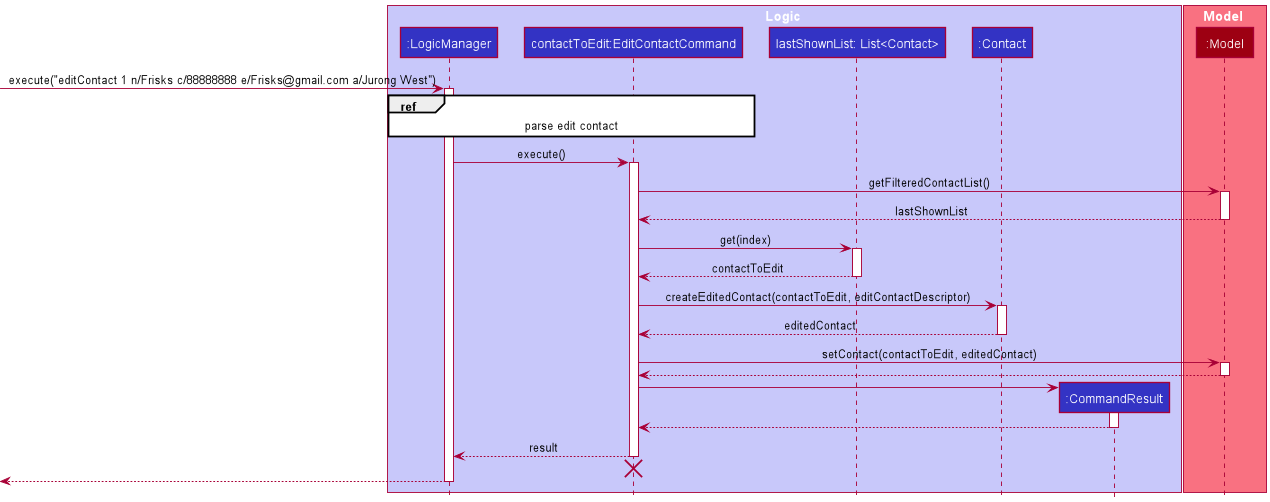
Above: docs/images/contact/EditContactSequenceDiagram.png in ooawagaeri/tp (PlantUML), before the change. Its diagram source:
```plantuml
@startuml
!include ../style.puml

box Logic LOGIC_COLOR_T1
participant ":LogicManager" as LogicManager LOGIC_COLOR
participant "contactToEdit:EditContactCommand" as EditContactCommand LOGIC_COLOR
participant "lastShownList: List<Contact>" as ListContact LOGIC_COLOR
participant ":Contact" as Contact LOGIC_COLOR
participant ":CommandResult" as CommandResult LOGIC_COLOR
end box

box Model MODEL_COLOR_T1
participant ":Model" as Model MODEL_COLOR
end box

[-> LogicManager : execute("editContact 1 n/Frisks c/88888888 e/Frisks@gmail.com a/Jurong West")
activate LogicManager

ref over LogicManager, EditContactCommand : parse edit contact

LogicManager -> EditContactCommand : execute()

activate EditContactCommand

EditContactCommand -> Model : getFilteredContactList()
activate Model
Model --> EditContactCommand : lastShownList
deactivate Model

EditContactCommand -> ListContact : get(index)
activate ListContact
ListContact --> EditContactCommand : contactToEdit
deactivate ListContact

EditContactCommand -> Contact : createEditedContact(contactToEdit, editContactDescriptor)
activate Contact
Contact --> EditContactCommand : editedContact
deactivate Contact

EditContactCommand -> Model : setContact(contactToEdit, editedContact)
activate Model
Model --> EditContactCommand
deactivate Model

create CommandResult
EditContactCommand -> CommandResult
activate CommandResult

CommandResult --> EditContactCommand
deactivate CommandResult

EditContactCommand --> LogicManager : result
deactivate EditContactCommand

EditContactCommand -[hidden]-> LogicManager
destroy EditContactCommand

[<--LogicManager
deactivate LogicManager
@enduml
```
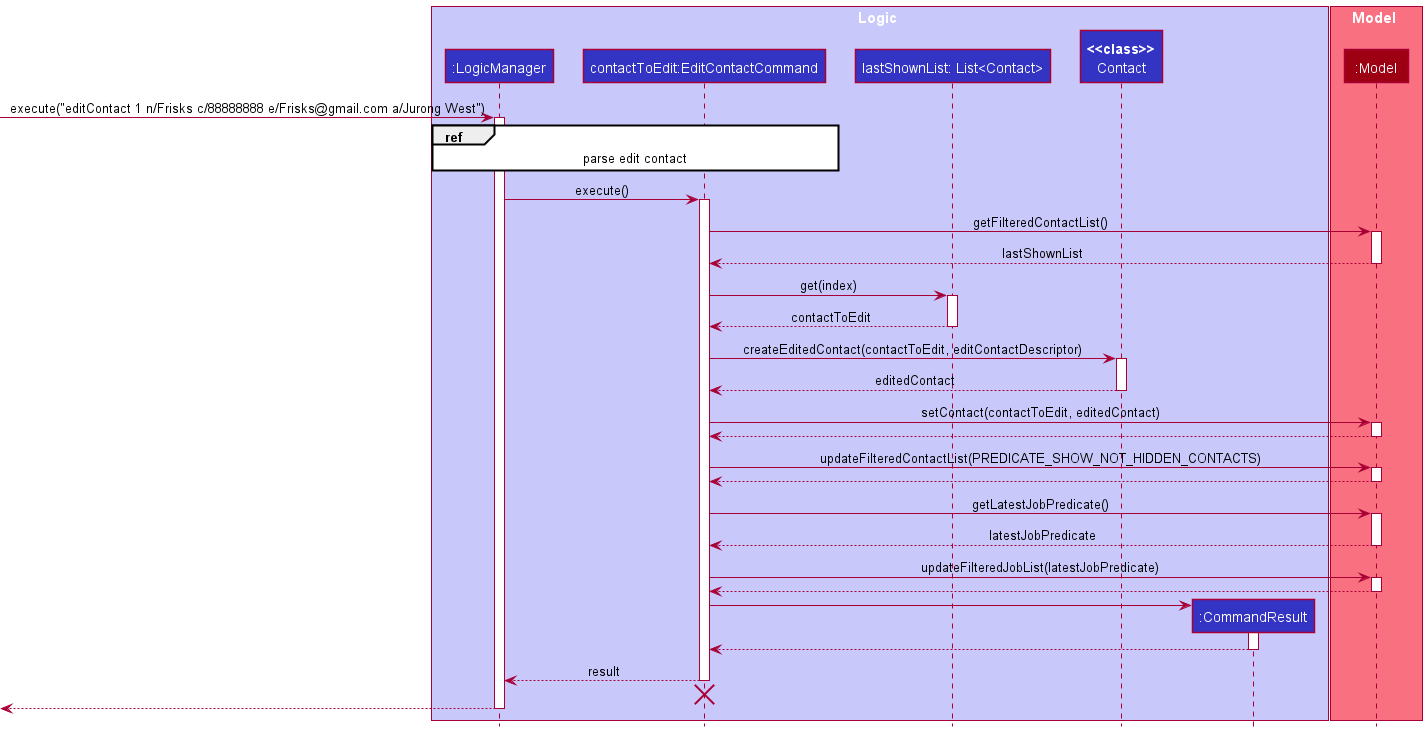
The same diagram one commit later.

Diff of the diagram source:
```diff
@@ -5,7 +5,7 @@
 participant ":LogicManager" as LogicManager LOGIC_COLOR
 participant "contactToEdit:EditContactCommand" as EditContactCommand LOGIC_COLOR
 participant "lastShownList: List<Contact>" as ListContact LOGIC_COLOR
-participant ":Contact" as Contact LOGIC_COLOR
+participant "**<<class>>**\nContact" as Contact LOGIC_COLOR
 participant ":CommandResult" as CommandResult LOGIC_COLOR
 end box
 
@@ -42,6 +42,21 @@
 Model --> EditContactCommand
 deactivate Model
 
+EditContactCommand -> Model : updateFilteredContactList(PREDICATE_SHOW_NOT_HIDDEN_CONTACTS)
+activate Model
+Model --> EditContactCommand
+deactivate Model
+
+EditContactCommand -> Model : getLatestJobPredicate()
+activate Model
+Model --> EditContactCommand : latestJobPredicate
+deactivate Model
+
+EditContactCommand -> Model : updateFilteredJobList(latestJobPredicate)
+activate Model
+Model --> EditContactCommand
+deactivate Model
+
 create CommandResult
 EditContactCommand -> CommandResult
 activate CommandResult
```
